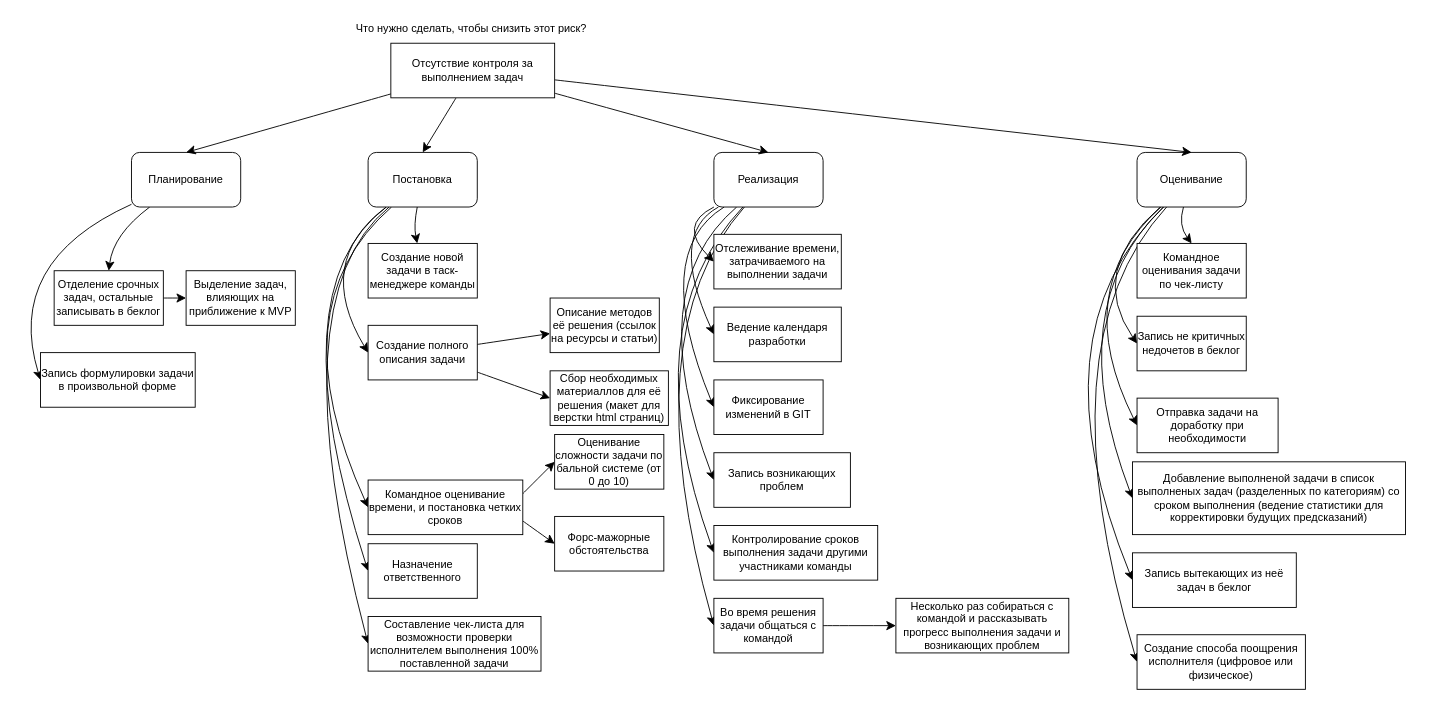
This is ИСР_Главный_риск.drawio from Den-tyy/it_projects, a draw.io file, before an edit. Source tidied: cells renumbered, new cells numbered last; positions are measured from the earlier drawing's top-left corner, leaving out a move shared by most shapes. Both pictures are drawn from the tidied source at 91%, with x=0, y=0 at pixel (4, 15).
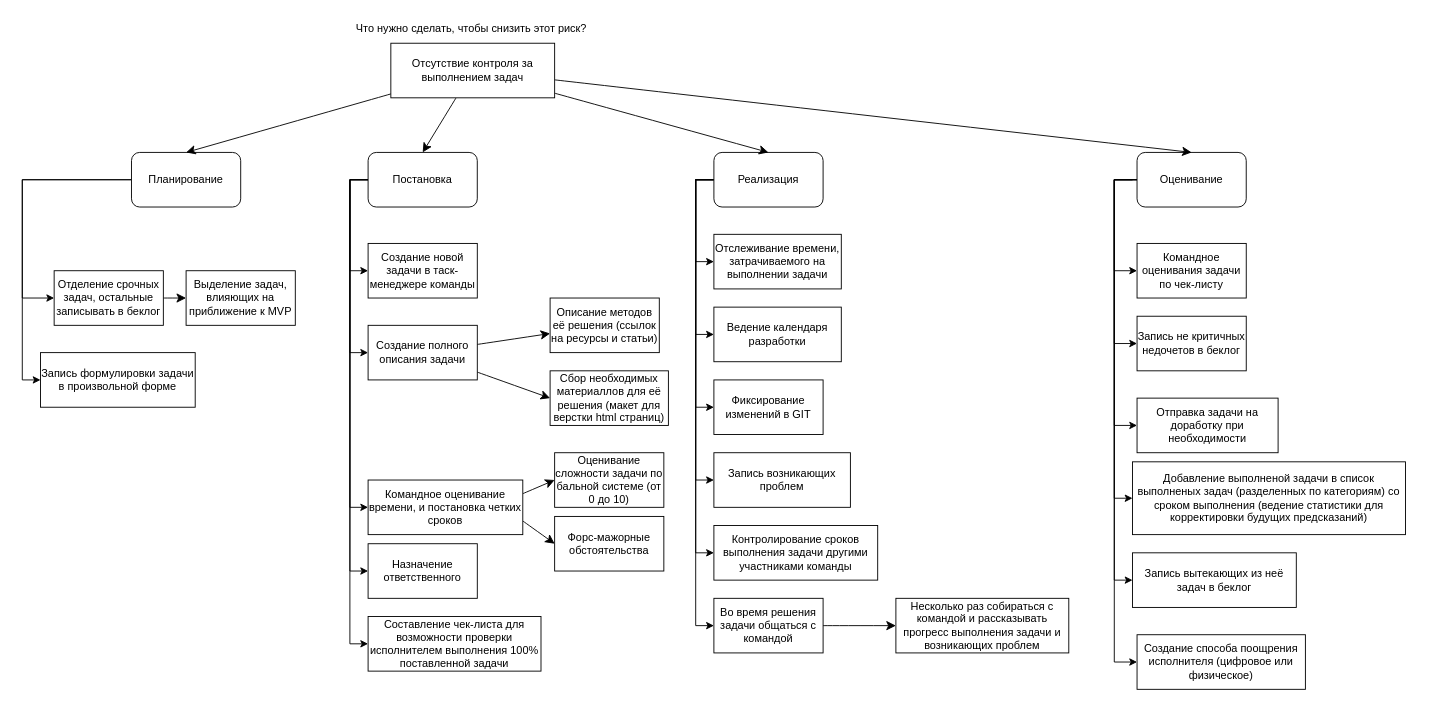
The same page after the edit.

Unchanged cells that the change refers to:
```xml
<mxCell id="4" value="Планирование" style="rounded=1;whiteSpace=wrap;html=1;" parent="1" vertex="1">
  <mxGeometry x="140" y="150" width="120" height="60" as="geometry" />
</mxCell>
<mxCell id="10" value="Постановка" style="rounded=1;whiteSpace=wrap;html=1;" parent="1" vertex="1">
  <mxGeometry x="400" y="150" width="120" height="60" as="geometry" />
</mxCell>
<mxCell id="17" value="Реализация" style="rounded=1;whiteSpace=wrap;html=1;" parent="1" vertex="1">
  <mxGeometry x="780" y="150" width="120" height="60" as="geometry" />
</mxCell>
<mxCell id="24" value="Оценивание" style="rounded=1;whiteSpace=wrap;html=1;" parent="1" vertex="1">
  <mxGeometry x="1245" y="150" width="120" height="60" as="geometry" />
</mxCell>
<mxCell id="26" value="Отделение срочных задач, остальные записывать в беклог" style="rounded=0;whiteSpace=wrap;html=1;" parent="1" vertex="1">
  <mxGeometry x="55" y="280" width="120" height="60" as="geometry" />
</mxCell>
<mxCell id="27" value="Запись формулировки задачи в произвольной форме" style="rounded=0;whiteSpace=wrap;html=1;" parent="1" vertex="1">
  <mxGeometry x="40" y="370" width="170" height="60" as="geometry" />
</mxCell>
<mxCell id="28" value="Назначение ответственного" style="rounded=0;whiteSpace=wrap;html=1;" parent="1" vertex="1">
  <mxGeometry x="400" y="580" width="120" height="60" as="geometry" />
</mxCell>
<mxCell id="29" value="Создание новой задачи в таск-менеджере команды" style="rounded=0;whiteSpace=wrap;html=1;" parent="1" vertex="1">
  <mxGeometry x="400" y="250" width="120" height="60" as="geometry" />
</mxCell>
<mxCell id="32" value="Создание полного описания задачи" style="rounded=0;whiteSpace=wrap;html=1;" parent="1" vertex="1">
  <mxGeometry x="400" y="340" width="120" height="60" as="geometry" />
</mxCell>
<mxCell id="37" value="Командное оценивание времени, и постановка четких сроков" style="rounded=0;whiteSpace=wrap;html=1;" parent="1" vertex="1">
  <mxGeometry x="400" y="510" width="170" height="60" as="geometry" />
</mxCell>
<mxCell id="38" value="Составление чек-листа для возможности проверки исполнителем выполнения 100% поставленной задачи" style="rounded=0;whiteSpace=wrap;html=1;" parent="1" vertex="1">
  <mxGeometry x="400" y="660" width="190" height="60" as="geometry" />
</mxCell>
<mxCell id="48" value="Отслеживание времени, затрачиваемого на выполнении задачи" style="rounded=0;whiteSpace=wrap;html=1;" parent="1" vertex="1">
  <mxGeometry x="780" y="240" width="140" height="60" as="geometry" />
</mxCell>
<mxCell id="49" value="Ведение календаря разработки" style="rounded=0;whiteSpace=wrap;html=1;" parent="1" vertex="1">
  <mxGeometry x="780" y="320" width="140" height="60" as="geometry" />
</mxCell>
<mxCell id="50" value="Командное оценивания задачи по чек-листу" style="rounded=0;whiteSpace=wrap;html=1;" parent="1" vertex="1">
  <mxGeometry x="1245" y="250" width="120" height="60" as="geometry" />
</mxCell>
<mxCell id="51" value="Запись не критичных недочетов в беклог" style="rounded=0;whiteSpace=wrap;html=1;" parent="1" vertex="1">
  <mxGeometry x="1245" y="330" width="120" height="60" as="geometry" />
</mxCell>
<mxCell id="52" value="Отправка задачи на доработку при необходимости" style="rounded=0;whiteSpace=wrap;html=1;" parent="1" vertex="1">
  <mxGeometry x="1245" y="420" width="155" height="60" as="geometry" />
</mxCell>
<mxCell id="53" value="Добавление выполненой задачи в список выполненых задач (разделенных по категориям) со сроком выполнения (ведение статистики для корректировки будущих предсказаний)" style="rounded=0;whiteSpace=wrap;html=1;" parent="1" vertex="1">
  <mxGeometry x="1240" y="490" width="300" height="80" as="geometry" />
</mxCell>
<mxCell id="55" value="Запись вытекающих из неё задач в беклог" style="rounded=0;whiteSpace=wrap;html=1;" parent="1" vertex="1">
  <mxGeometry x="1240" y="590" width="180" height="60" as="geometry" />
</mxCell>
<mxCell id="56" value="Создание способа поощрения исполнителя (цифровое или физическое)" style="rounded=0;whiteSpace=wrap;html=1;" parent="1" vertex="1">
  <mxGeometry x="1245" y="680" width="185" height="60" as="geometry" />
</mxCell>
<mxCell id="57" value="Фиксирование изменений в GIT" style="rounded=0;whiteSpace=wrap;html=1;" parent="1" vertex="1">
  <mxGeometry x="780" y="400" width="120" height="60" as="geometry" />
</mxCell>
<mxCell id="58" value="Запись возникающих проблем" style="rounded=0;whiteSpace=wrap;html=1;" parent="1" vertex="1">
  <mxGeometry x="780" y="480" width="150" height="60" as="geometry" />
</mxCell>
<mxCell id="59" value="Контролирование сроков выполнения задачи другими участниками команды" style="rounded=0;whiteSpace=wrap;html=1;" parent="1" vertex="1">
  <mxGeometry x="780" y="560" width="180" height="60" as="geometry" />
</mxCell>
<mxCell id="62" value="Во время решения задачи общаться с командой" style="rounded=0;whiteSpace=wrap;html=1;" parent="1" vertex="1">
  <mxGeometry x="780" y="640" width="120" height="60" as="geometry" />
</mxCell>
```

Change to the diagram source:
```diff
@@
-    <mxCell id="2" style="edgeStyle=none;curved=1;rounded=0;jettySize=auto;html=1;entryX=0.5;entryY=0;entryDx=0;entryDy=0;fontSize=12;startSize=8;endSize=8;" parent="1" edge="1" source="4" target="26">
+    <mxCell id="2" style="edgeStyle=orthogonalEdgeStyle;rounded=0;jettySize=auto;html=1;entryX=0;entryY=0.5;entryDx=0;entryDy=0;" parent="1" edge="1" source="4" target="26">
       <mxGeometry relative="1" as="geometry">
         <Array as="points">
-          <mxPoint x="120" y="240" />
+          <mxPoint x="20" y="180" />
+          <mxPoint x="20" y="310" />
         </Array>
       </mxGeometry>
     </mxCell>
-    <mxCell id="3" style="edgeStyle=none;curved=1;rounded=0;jettySize=auto;html=1;entryX=0;entryY=0.5;entryDx=0;entryDy=0;fontSize=12;startSize=8;endSize=8;" parent="1" edge="1" source="4" target="27">
+    <mxCell id="3" style="edgeStyle=orthogonalEdgeStyle;rounded=0;jettySize=auto;html=1;entryX=0;entryY=0.5;entryDx=0;entryDy=0;" parent="1" edge="1" source="4" target="27">
       <mxGeometry relative="1" as="geometry">
         <Array as="points">
-          <mxPoint y="270" />
+          <mxPoint x="20" y="180" />
+          <mxPoint x="20" y="400" />
         </Array>
       </mxGeometry>
     </mxCell>
@@
-    <mxCell id="5" style="edgeStyle=none;curved=1;rounded=0;jettySize=auto;html=1;fontSize=12;startSize=8;endSize=8;" parent="1" edge="1" source="10" target="29">
+    <mxCell id="5" style="edgeStyle=orthogonalEdgeStyle;rounded=0;jettySize=auto;html=1;entryX=0;entryY=0.5;entryDx=0;entryDy=0;" parent="1" edge="1" source="10" target="29">
       <mxGeometry relative="1" as="geometry">
         <Array as="points">
-          <mxPoint x="450" y="230" />
+          <mxPoint x="380" y="180" />
+          <mxPoint x="380" y="280" />
         </Array>
       </mxGeometry>
     </mxCell>
-    <mxCell id="6" style="edgeStyle=none;curved=1;rounded=0;jettySize=auto;html=1;entryX=0;entryY=0.5;entryDx=0;entryDy=0;fontSize=12;startSize=8;endSize=8;" parent="1" edge="1" source="10" target="32">
+    <mxCell id="6" style="edgeStyle=orthogonalEdgeStyle;rounded=0;jettySize=auto;html=1;entryX=0;entryY=0.5;entryDx=0;entryDy=0;" parent="1" edge="1" source="10" target="32">
       <mxGeometry relative="1" as="geometry">
         <Array as="points">
-          <mxPoint x="340" y="270" />
+          <mxPoint x="380" y="180" />
+          <mxPoint x="380" y="370" />
         </Array>
       </mxGeometry>
     </mxCell>
+    <mxCell id="8" style="edgeStyle=orthogonalEdgeStyle;rounded=0;jettySize=auto;html=1;entryX=0;entryY=0.5;entryDx=0;entryDy=0;" parent="1" edge="1" source="10" target="37">
+      <mxGeometry relative="1" as="geometry">
+        <Array as="points">
+          <mxPoint x="380" y="180" />
+          <mxPoint x="380" y="540" />
+        </Array>
+      </mxGeometry>
+    </mxCell>
-    <mxCell id="7" style="edgeStyle=none;curved=1;rounded=0;jettySize=auto;html=1;entryX=0;entryY=0.5;entryDx=0;entryDy=0;fontSize=12;startSize=8;endSize=8;" parent="1" edge="1" source="10" target="28">
+    <mxCell id="7" style="edgeStyle=orthogonalEdgeStyle;rounded=0;jettySize=auto;html=1;entryX=0;entryY=0.5;entryDx=0;entryDy=0;" parent="1" edge="1" source="10" target="28">
       <mxGeometry relative="1" as="geometry">
         <Array as="points">
-          <mxPoint x="300" y="300" />
+          <mxPoint x="380" y="180" />
+          <mxPoint x="380" y="610" />
         </Array>
       </mxGeometry>
     </mxCell>
-    <mxCell id="8" style="edgeStyle=none;curved=1;rounded=0;jettySize=auto;html=1;entryX=0;entryY=0.5;entryDx=0;entryDy=0;fontSize=12;startSize=8;endSize=8;" parent="1" edge="1" source="10" target="37">
-      <mxGeometry relative="1" as="geometry">
-        <Array as="points">
-          <mxPoint x="300" y="320" />
-        </Array>
-      </mxGeometry>
-    </mxCell>
-    <mxCell id="9" style="edgeStyle=none;curved=1;rounded=0;jettySize=auto;html=1;entryX=0;entryY=0.5;entryDx=0;entryDy=0;fontSize=12;startSize=8;endSize=8;" parent="1" edge="1" source="10" target="38">
+    <mxCell id="9" style="edgeStyle=orthogonalEdgeStyle;rounded=0;jettySize=auto;html=1;entryX=0;entryY=0.5;entryDx=0;entryDy=0;" parent="1" edge="1" source="10" target="38">
       <mxGeometry relative="1" as="geometry">
         <Array as="points">
-          <mxPoint x="300" y="310" />
+          <mxPoint x="380" y="180" />
+          <mxPoint x="380" y="690" />
         </Array>
       </mxGeometry>
     </mxCell>
@@
-    <mxCell id="11" style="edgeStyle=none;curved=1;rounded=0;jettySize=auto;html=1;entryX=0;entryY=0.5;entryDx=0;entryDy=0;fontSize=12;startSize=8;endSize=8;" parent="1" edge="1" source="17" target="48">
+    <mxCell id="11" style="edgeStyle=orthogonalEdgeStyle;rounded=0;jettySize=auto;html=1;entryX=0;entryY=0.5;entryDx=0;entryDy=0;" parent="1" edge="1" source="17" target="48">
       <mxGeometry relative="1" as="geometry">
         <Array as="points">
-          <mxPoint x="740" y="230" />
+          <mxPoint x="760" y="180" />
+          <mxPoint x="760" y="270" />
         </Array>
       </mxGeometry>
     </mxCell>
-    <mxCell id="12" style="edgeStyle=none;curved=1;rounded=0;jettySize=auto;html=1;entryX=0;entryY=0.5;entryDx=0;entryDy=0;fontSize=12;startSize=8;endSize=8;" parent="1" edge="1" source="17" target="49">
+    <mxCell id="12" style="edgeStyle=orthogonalEdgeStyle;rounded=0;jettySize=auto;html=1;entryX=0;entryY=0.5;entryDx=0;entryDy=0;" parent="1" edge="1" source="17" target="49">
       <mxGeometry relative="1" as="geometry">
         <Array as="points">
-          <mxPoint x="730" y="240" />
+          <mxPoint x="760" y="180" />
+          <mxPoint x="760" y="350" />
         </Array>
       </mxGeometry>
     </mxCell>
-    <mxCell id="13" style="edgeStyle=none;curved=1;rounded=0;jettySize=auto;html=1;entryX=0;entryY=0.5;entryDx=0;entryDy=0;fontSize=12;startSize=8;endSize=8;" parent="1" edge="1" source="17" target="57">
+    <mxCell id="13" style="edgeStyle=orthogonalEdgeStyle;rounded=0;jettySize=auto;html=1;entryX=0;entryY=0.5;entryDx=0;entryDy=0;" parent="1" edge="1" source="17" target="57">
       <mxGeometry relative="1" as="geometry">
         <Array as="points">
-          <mxPoint x="710" y="260" />
+          <mxPoint x="760" y="180" />
+          <mxPoint x="760" y="430" />
         </Array>
       </mxGeometry>
     </mxCell>
-    <mxCell id="14" style="edgeStyle=none;curved=1;rounded=0;jettySize=auto;html=1;entryX=0;entryY=0.5;entryDx=0;entryDy=0;fontSize=12;startSize=8;endSize=8;" parent="1" edge="1" source="17" target="58">
+    <mxCell id="14" style="edgeStyle=orthogonalEdgeStyle;rounded=0;jettySize=auto;html=1;entryX=0;entryY=0.5;entryDx=0;entryDy=0;" parent="1" edge="1" source="17" target="58">
       <mxGeometry relative="1" as="geometry">
         <Array as="points">
-          <mxPoint x="700" y="300" />
+          <mxPoint x="760" y="180" />
+          <mxPoint x="760" y="510" />
         </Array>
       </mxGeometry>
     </mxCell>
-    <mxCell id="15" style="edgeStyle=none;curved=1;rounded=0;jettySize=auto;html=1;entryX=0;entryY=0.5;entryDx=0;entryDy=0;fontSize=12;startSize=8;endSize=8;" parent="1" edge="1" source="17" target="59">
+    <mxCell id="15" style="edgeStyle=orthogonalEdgeStyle;rounded=0;jettySize=auto;html=1;entryX=0;entryY=0.5;entryDx=0;entryDy=0;" parent="1" edge="1" source="17" target="59">
       <mxGeometry relative="1" as="geometry">
         <Array as="points">
-          <mxPoint x="690" y="340" />
+          <mxPoint x="760" y="180" />
+          <mxPoint x="760" y="590" />
         </Array>
       </mxGeometry>
     </mxCell>
-    <mxCell id="16" style="edgeStyle=none;curved=1;rounded=0;jettySize=auto;html=1;entryX=0;entryY=0.5;entryDx=0;entryDy=0;fontSize=12;startSize=8;endSize=8;" parent="1" edge="1" source="17" target="62">
+    <mxCell id="16" style="edgeStyle=orthogonalEdgeStyle;rounded=0;jettySize=auto;html=1;entryX=0;entryY=0.5;entryDx=0;entryDy=0;" parent="1" edge="1" source="17" target="62">
       <mxGeometry relative="1" as="geometry">
         <Array as="points">
-          <mxPoint x="690" y="350" />
+          <mxPoint x="760" y="180" />
+          <mxPoint x="760" y="670" />
         </Array>
       </mxGeometry>
     </mxCell>
@@
-    <mxCell id="18" style="edgeStyle=none;curved=1;rounded=0;jettySize=auto;html=1;entryX=0.5;entryY=0;entryDx=0;entryDy=0;fontSize=12;startSize=8;endSize=8;" parent="1" edge="1" source="24" target="50">
+    <mxCell id="18" style="edgeStyle=orthogonalEdgeStyle;rounded=0;jettySize=auto;html=1;entryX=0;entryY=0.5;entryDx=0;entryDy=0;" parent="1" edge="1" source="24" target="50">
       <mxGeometry relative="1" as="geometry">
         <Array as="points">
-          <mxPoint x="1290" y="230" />
+          <mxPoint x="1220" y="180" />
+          <mxPoint x="1220" y="280" />
         </Array>
       </mxGeometry>
     </mxCell>
-    <mxCell id="19" style="edgeStyle=none;curved=1;rounded=0;jettySize=auto;html=1;entryX=0;entryY=0.5;entryDx=0;entryDy=0;fontSize=12;startSize=8;endSize=8;" parent="1" edge="1" source="24" target="51">
-      <mxGeometry relative="1" as="geometry">
-        <Array as="points">
-          <mxPoint x="1190" y="280" />
-        </Array>
-      </mxGeometry>
-    </mxCell>
-    <mxCell id="20" style="edgeStyle=none;curved=1;rounded=0;jettySize=auto;html=1;entryX=0;entryY=0.5;entryDx=0;entryDy=0;fontSize=12;startSize=8;endSize=8;" parent="1" edge="1" source="24" target="52">
-      <mxGeometry relative="1" as="geometry">
-        <Array as="points">
-          <mxPoint x="1170" y="300" />
-        </Array>
-      </mxGeometry>
-    </mxCell>
+    <mxCell id="63" style="edgeStyle=orthogonalEdgeStyle;rounded=0;jettySize=auto;html=1;entryX=0;entryY=0.5;entryDx=0;entryDy=0;" parent="1" edge="1" target="51">
+      <mxGeometry relative="1" as="geometry">
+        <mxPoint x="1240" y="180" as="sourcePoint" />
+        <Array as="points">
+          <mxPoint x="1220" y="180" />
+          <mxPoint x="1220" y="360" />
+        </Array>
+      </mxGeometry>
+    </mxCell>
+    <mxCell id="64" style="edgeStyle=orthogonalEdgeStyle;rounded=0;jettySize=auto;html=1;entryX=0;entryY=0.5;entryDx=0;entryDy=0;" parent="1" edge="1" target="52">
+      <mxGeometry relative="1" as="geometry">
+        <mxPoint x="1240" y="180" as="sourcePoint" />
+        <Array as="points">
+          <mxPoint x="1220" y="180" />
+          <mxPoint x="1220" y="450" />
+        </Array>
+      </mxGeometry>
+    </mxCell>
-    <mxCell id="21" style="edgeStyle=none;curved=1;rounded=0;jettySize=auto;html=1;entryX=0;entryY=0.5;entryDx=0;entryDy=0;fontSize=12;startSize=8;endSize=8;" parent="1" edge="1" source="24" target="53">
+    <mxCell id="21" style="edgeStyle=orthogonalEdgeStyle;rounded=0;jettySize=auto;html=1;entryX=0;entryY=0.5;entryDx=0;entryDy=0;" parent="1" edge="1" source="24" target="53">
       <mxGeometry relative="1" as="geometry">
         <Array as="points">
-          <mxPoint x="1160" y="320" />
+          <mxPoint x="1220" y="180" />
+          <mxPoint x="1220" y="530" />
         </Array>
       </mxGeometry>
     </mxCell>
-    <mxCell id="22" style="edgeStyle=none;curved=1;rounded=0;jettySize=auto;html=1;entryX=0;entryY=0.5;entryDx=0;entryDy=0;fontSize=12;startSize=8;endSize=8;" parent="1" edge="1" source="24" target="55">
+    <mxCell id="22" style="edgeStyle=orthogonalEdgeStyle;rounded=0;jettySize=auto;html=1;entryX=0;entryY=0.5;entryDx=0;entryDy=0;" parent="1" edge="1" source="24" target="55">
       <mxGeometry relative="1" as="geometry">
         <Array as="points">
-          <mxPoint x="1130" y="350" />
+          <mxPoint x="1220" y="180" />
+          <mxPoint x="1220" y="620" />
         </Array>
       </mxGeometry>
     </mxCell>
-    <mxCell id="23" style="edgeStyle=none;curved=1;rounded=0;jettySize=auto;html=1;entryX=0;entryY=0.5;entryDx=0;entryDy=0;fontSize=12;startSize=8;endSize=8;" parent="1" edge="1" source="24" target="56">
+    <mxCell id="23" style="edgeStyle=orthogonalEdgeStyle;rounded=0;jettySize=auto;html=1;entryX=0;entryY=0.5;entryDx=0;entryDy=0;" parent="1" edge="1" source="24" target="56">
       <mxGeometry relative="1" as="geometry">
         <Array as="points">
-          <mxPoint x="1140" y="360" />
+          <mxPoint x="1220" y="180" />
+          <mxPoint x="1220" y="710" />
         </Array>
       </mxGeometry>
     </mxCell>
@@
     <mxCell id="39" value="Оценивание сложности задачи по бальной системе (от 0 до 10)" style="rounded=0;whiteSpace=wrap;html=1;" parent="1" vertex="1">
-      <mxGeometry x="605" y="460" width="120" height="60" as="geometry" />
+      <mxGeometry x="605" y="480" width="120" height="60" as="geometry" />
     </mxCell>
```
